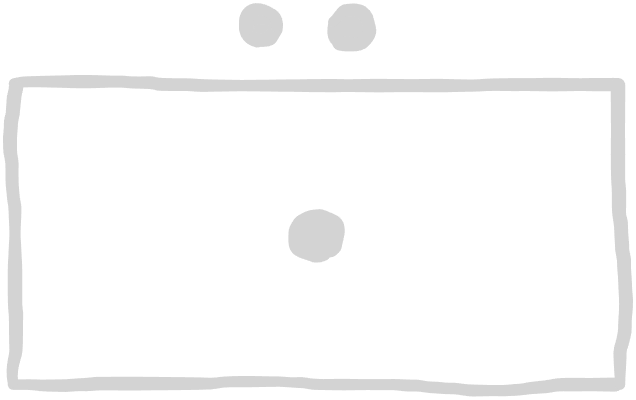
This is factions/nato-symbols/artillery.excalidraw.png from christsven/H.E.A.T, a Excalidraw export, as it was before one commit. Source tidied: one line per element, renumbered; positions are measured from the earlier drawing's top-left corner, leaving out a move shared by most shapes.
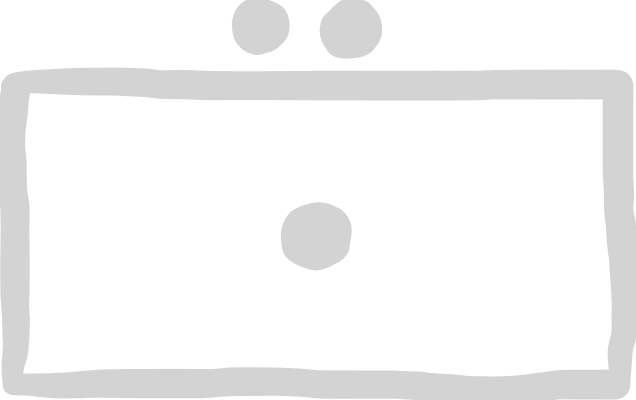
Later version of the same file.

Change to the diagram source:
```diff
@@ -1,10 +1,10 @@
-{"id": 0, "type": "freedraw", "strokeColor": "#1e1e1e", "strokeWidth": 2, "roughness": 1, "x": 4, "y": 74, "width": 602, "height": 4, "points": [[0, 0], [21, -2], [45, -2], [60, -2], [84, -2], [116, -1], [137, -1], [159, 1], [183, 2], [218, 2], [249, 2], [273, 2], [296, 2], [315, 2], [341, 2], [359, 2], [384, 2], [407, 2], [426, 2], [458, 2], [482, 1], [504, 1], [525, 1], [545, 1], [572, 1], [590, 1]]}
+{"id": 0, "type": "freedraw", "strokeColor": "#1e1e1e", "strokeWidth": 4, "roughness": 1, "x": 4, "y": 74, "width": 602, "height": 4, "points": [[0, 0], [21, -2], [45, -2], [60, -2], [84, -2], [116, -1], [137, -1], [159, 1], [183, 2], [218, 2], [249, 2], [273, 2], [296, 2], [315, 2], [341, 2], [359, 2], [384, 2], [407, 2], [426, 2], [458, 2], [482, 1], [504, 1], [525, 1], [545, 1], [572, 1], [590, 1]]}
-{"id": 1, "type": "freedraw", "strokeColor": "#1e1e1e", "strokeWidth": 2, "roughness": 1, "x": 3, "y": 375, "width": 603, "height": 9, "points": [[0, 0], [18, 0], [40, 1], [61, 0], [78, 0], [97, -1], [115, -1], [138, -1], [162, -1], [193, -1], [229, -3], [267, -3], [298, 0], [330, 0], [366, 0], [391, 1], [423, 3], [453, 6], [487, 6], [514, 5], [534, 2], [552, 0], [573, 0], [589, 0], [601, 0]]}
+{"id": 1, "type": "freedraw", "strokeColor": "#1e1e1e", "strokeWidth": 4, "roughness": 1, "x": 3, "y": 375, "width": 603, "height": 9, "points": [[0, 0], [18, 0], [40, 1], [61, 0], [78, 0], [97, -1], [115, -1], [138, -1], [162, -1], [193, -1], [229, -3], [267, -3], [298, 0], [330, 0], [366, 0], [391, 1], [423, 3], [453, 6], [487, 6], [514, 5], [534, 2], [552, 0], [573, 0], [589, 0], [601, 0]]}
-{"id": 2, "type": "freedraw", "strokeColor": "#1e1e1e", "strokeWidth": 2, "roughness": 1, "x": 610, "y": 375, "width": 8, "height": 300, "points": [[0, 0], [0, -9], [0, -16], [0, -25], [0, -33], [3, -48], [5, -60], [6, -75], [6, -84], [5, -99], [4, -114], [4, -123], [2, -132], [2, -144], [1, -160], [-1, -169], [-1, -178], [-1, -187], [-2, -202], [-2, -214], [-2, -223], [-2, -232], [-2, -246], [-2, -259], [-2, -268], [-2, -279], [-2, -286], [-2, -295]]}
+{"id": 2, "type": "freedraw", "strokeColor": "#1e1e1e", "strokeWidth": 4, "roughness": 1, "x": 610, "y": 375, "width": 8, "height": 300, "points": [[0, 0], [0, -9], [0, -16], [0, -25], [0, -33], [3, -48], [5, -60], [6, -75], [6, -84], [5, -99], [4, -114], [4, -123], [2, -132], [2, -144], [1, -160], [-1, -169], [-1, -178], [-1, -187], [-2, -202], [-2, -214], [-2, -223], [-2, -232], [-2, -246], [-2, -259], [-2, -268], [-2, -279], [-2, -286], [-2, -295]]}
-{"id": 3, "type": "freedraw", "strokeColor": "#1e1e1e", "strokeWidth": 2, "roughness": 1, "x": 3, "y": 373, "width": 6, "height": 295, "points": [[0, 0], [-1, -7], [0, -19], [1, -26], [3, -35], [3, -43], [3, -53], [3, -64], [3, -73], [2, -83], [2, -92], [2, -101], [2, -112], [2, -137], [2, -160], [2, -167], [0, -184], [-1, -199], [-1, -215], [-1, -226], [-3, -235], [-3, -247], [-2, -259], [0, -268], [0, -275], [1, -283], [1, -290]]}
+{"id": 3, "type": "freedraw", "strokeColor": "#1e1e1e", "strokeWidth": 4, "roughness": 1, "x": 3, "y": 373, "width": 6, "height": 295, "points": [[0, 0], [-1, -7], [0, -19], [1, -26], [3, -35], [3, -43], [3, -53], [3, -64], [3, -73], [2, -83], [2, -92], [2, -101], [2, -112], [2, -137], [2, -160], [2, -167], [0, -184], [-1, -199], [-1, -215], [-1, -226], [-3, -235], [-3, -247], [-2, -259], [0, -268], [0, -275], [1, -283], [1, -290]]}
-{"id": 4, "type": "freedraw", "strokeColor": "#1e1e1e", "strokeWidth": 2, "roughness": 1, "x": 249, "y": 16, "width": 17, "height": 13, "points": [[0, 0], [-3, 0], [-5, 1], [-6, 2], [-6, 5], [-4, 8], [-1, 10], [2, 11], [5, 11], [8, 11], [10, 10], [11, 7], [11, 4], [10, 3], [9, 0], [6, -2], [3, -2], [0, -2], [-2, 1], [-3, 2], [-2, 4], [-1, 5], [1, 7], [4, 8]]}
+{"id": 4, "type": "freedraw", "strokeColor": "#1e1e1e", "strokeWidth": 4, "roughness": 1, "x": 249, "y": 16, "width": 17, "height": 13, "points": [[0, 0], [-3, 0], [-5, 1], [-6, 2], [-6, 5], [-4, 8], [-1, 10], [2, 11], [5, 11], [8, 11], [10, 10], [11, 7], [11, 4], [10, 3], [9, 0], [6, -2], [3, -2], [0, -2], [-2, 1], [-3, 2], [-2, 4], [-1, 5], [1, 7], [4, 8]]}
-{"id": 5, "type": "freedraw", "strokeColor": "#1e1e1e", "strokeWidth": 2, "roughness": 1, "x": 339, "y": 14, "width": 27, "height": 21, "points": [[0, 0], [-8, 1], [-9, 9], [-5, 13], [2, 15], [8, 12], [10, 5], [6, -1], [-2, -1], [-8, 1], [-9, 9], [-2, 12], [5, 12], [10, 8], [10, 0], [4, -3], [-5, -3], [-12, -2], [-14, 6], [-14, 13], [-10, 18], [-2, 18], [7, 17], [11, 11], [13, 5], [12, -1], [4, -3]]}
+{"id": 5, "type": "freedraw", "strokeColor": "#1e1e1e", "strokeWidth": 4, "roughness": 1, "x": 339, "y": 14, "width": 27, "height": 21, "points": [[0, 0], [-8, 1], [-9, 9], [-5, 13], [2, 15], [8, 12], [10, 5], [6, -1], [-2, -1], [-8, 1], [-9, 9], [-2, 12], [5, 12], [10, 8], [10, 0], [4, -3], [-5, -3], [-12, -2], [-14, 6], [-14, 13], [-10, 18], [-2, 18], [7, 17], [11, 11], [13, 5], [12, -1], [4, -3]]}
-{"id": 6, "type": "freedraw", "strokeColor": "#1e1e1e", "strokeWidth": 2, "roughness": 1, "x": 259, "y": 9, "width": 29, "height": 28, "points": [[0, 0], [-7, 0], [-13, 0], [-18, 2], [-19, 5], [-21, 8], [-21, 12], [-18, 17], [-14, 18], [-11, 20], [-8, 21], [-3, 21], [1, 20], [3, 16], [6, 13], [7, 8], [7, 4], [6, -1], [2, -4], [-3, -5], [-9, -7], [-13, -7], [-18, -6], [-19, -3], [-22, -1], [-22, 3], [-22, 8], [-22, 12], [-20, 17], [-17, 20], [-14, 21], [-11, 21]]}
+{"id": 6, "type": "freedraw", "strokeColor": "#1e1e1e", "strokeWidth": 4, "roughness": 1, "x": 259, "y": 9, "width": 29, "height": 28, "points": [[0, 0], [-7, 0], [-13, 0], [-18, 2], [-19, 5], [-21, 8], [-21, 12], [-18, 17], [-14, 18], [-11, 20], [-8, 21], [-3, 21], [1, 20], [3, 16], [6, 13], [7, 8], [7, 4], [6, -1], [2, -4], [-3, -5], [-9, -7], [-13, -7], [-18, -6], [-19, -3], [-22, -1], [-22, 3], [-22, 8], [-22, 12], [-20, 17], [-17, 20], [-14, 21], [-11, 21]]}
-{"id": 7, "type": "freedraw", "strokeColor": "#1e1e1e", "strokeWidth": 2, "roughness": 1, "x": 323, "y": 12, "width": 36, "height": 34, "points": [[0, 0], [1, -1], [4, -4], [6, -7], [7, -9], [10, -10], [12, -12], [15, -12], [18, -12], [21, -12], [24, -12], [27, -12], [28, -11], [31, -8], [33, -6], [33, -3], [34, -2], [34, 1], [36, 4], [36, 7], [36, 10], [36, 13], [35, 15], [33, 16], [32, 18], [29, 19], [27, 21], [24, 22], [21, 22], [18, 22], [15, 22], [12, 22], [9, 22], [8, 21], [6, 21]]}
+{"id": 7, "type": "freedraw", "strokeColor": "#1e1e1e", "strokeWidth": 4, "roughness": 1, "x": 323, "y": 12, "width": 36, "height": 34, "points": [[0, 0], [1, -1], [4, -4], [6, -7], [7, -9], [10, -10], [12, -12], [15, -12], [18, -12], [21, -12], [24, -12], [27, -12], [28, -11], [31, -8], [33, -6], [33, -3], [34, -2], [34, 1], [36, 4], [36, 7], [36, 10], [36, 13], [35, 15], [33, 16], [32, 18], [29, 19], [27, 21], [24, 22], [21, 22], [18, 22], [15, 22], [12, 22], [9, 22], [8, 21], [6, 21]]}
-{"id": 8, "type": "freedraw", "strokeColor": "#1e1e1e", "strokeWidth": 2, "roughness": 1, "x": 266, "y": 17, "width": 31, "height": 19, "points": [[0, 0], [1, 0], [1, -2], [1, -3], [1, -5], [0, -5], [0, -6], [-1, -8], [-1, -9], [-1, -11], [-3, -11], [-3, -12], [-4, -12], [-6, -14], [-7, -14], [-7, -15], [-9, -15], [-10, -15], [-12, -15], [-12, -17], [-13, -17], [-15, -17], [-16, -17], [-18, -17], [-19, -17], [-21, -17], [-22, -17], [-24, -17], [-25, -17], [-25, -16], [-27, -16], [-28, -14], [-28, -13], [-30, -11], [-30, -10], [-30, -8], [-30, -7], [-30, -5], [-30, -4], [-30, -2], [-30, -1], [-30, 1], [-30, 2], [-30, 2]]}
+{"id": 8, "type": "freedraw", "strokeColor": "#1e1e1e", "strokeWidth": 4, "roughness": 1, "x": 266, "y": 17, "width": 31, "height": 19, "points": [[0, 0], [1, 0], [1, -2], [1, -3], [1, -5], [0, -5], [0, -6], [-1, -8], [-1, -9], [-1, -11], [-3, -11], [-3, -12], [-4, -12], [-6, -14], [-7, -14], [-7, -15], [-9, -15], [-10, -15], [-12, -15], [-12, -17], [-13, -17], [-15, -17], [-16, -17], [-18, -17], [-19, -17], [-21, -17], [-22, -17], [-24, -17], [-25, -17], [-25, -16], [-27, -16], [-28, -14], [-28, -13], [-30, -11], [-30, -10], [-30, -8], [-30, -7], [-30, -5], [-30, -4], [-30, -2], [-30, -1], [-30, 1], [-30, 2], [-30, 2]]}
-{"id": 9, "type": "freedraw", "strokeColor": "#1e1e1e", "strokeWidth": 2, "roughness": 1, "x": 305, "y": 215, "width": 42, "height": 39, "points": [[0, 0], [-13, 4], [-10, 18], [3, 24], [20, 21], [23, 8], [20, -3], [7, -9], [-7, -8], [-16, -2], [-19, 10], [-18, 22], [-4, 28], [8, 29], [15, 21], [16, 8], [7, 3], [-5, 6], [-6, 16], [6, 16], [2, 8], [-2, 19], [9, 25], [20, 23], [20, 11], [11, 6], [-1, 9]]}
+{"id": 9, "type": "freedraw", "strokeColor": "#1e1e1e", "strokeWidth": 4, "roughness": 1, "x": 305, "y": 215, "width": 42, "height": 39, "points": [[0, 0], [-13, 4], [-10, 18], [3, 24], [20, 21], [23, 8], [20, -3], [7, -9], [-7, -8], [-16, -2], [-19, 10], [-18, 22], [-4, 28], [8, 29], [15, 21], [16, 8], [7, 3], [-5, 6], [-6, 16], [6, 16], [2, 8], [-2, 19], [9, 25], [20, 23], [20, 11], [11, 6], [-1, 9]]}
```
